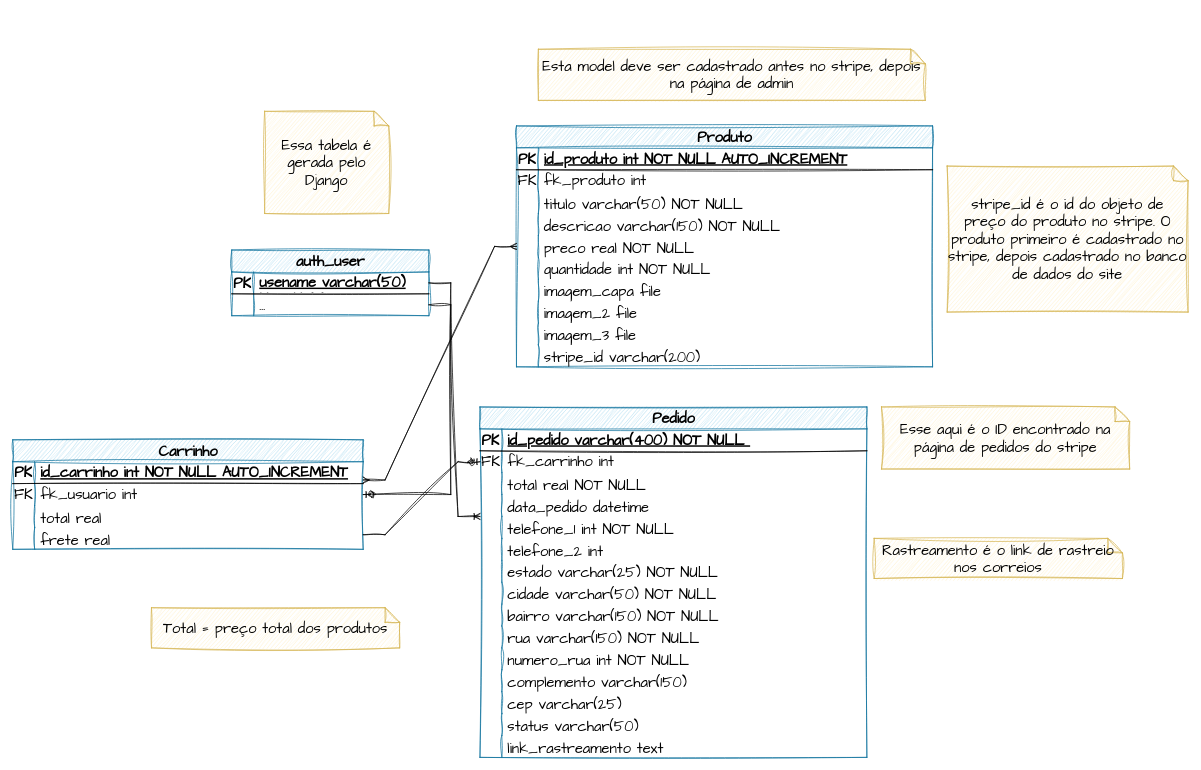
The draw.io diagram docs/DER.drawio in rafaelngoncalves5/classewatches, before the edit. Source tidied: cells renumbered, new cells numbered last; positions are measured from the earlier drawing's top-left corner, leaving out a move shared by most shapes. Both pictures are drawn from the tidied source at 73%, with x=0, y=0 at pixel (12, 49).
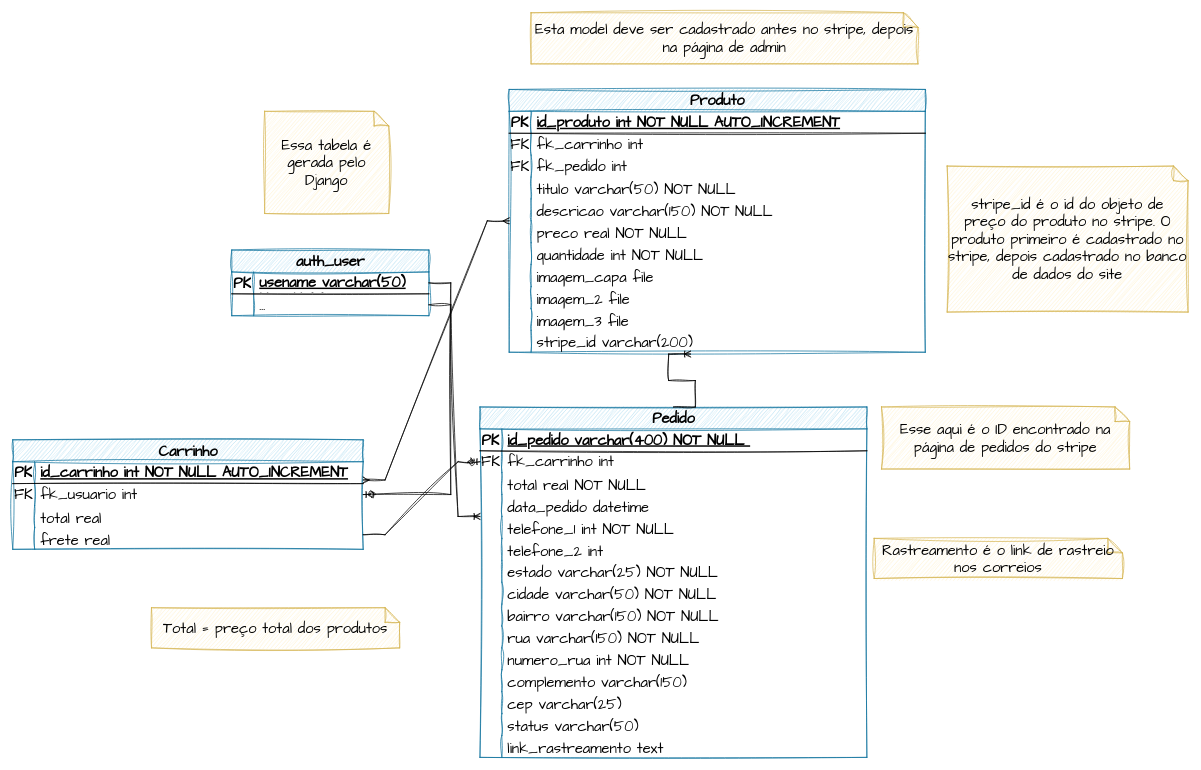
The same diagram, later.

Unchanged cells that the change refers to:
```xml
<mxCell id="6" style="shape=tableRow;horizontal=0;startSize=0;swimlaneHead=0;swimlaneBody=0;fillColor=none;top=0;left=0;right=0;bottom=0;sketch=1;hachureGap=4;jiggle=2;curveFitting=1;fontFamily=Architects Daughter;fontSize=20;" parent="2" vertex="1">
  <mxGeometry y="60" width="570" height="30" as="geometry" />
</mxCell>
<mxCell id="40" value="Pedido" style="shape=table;startSize=30;childLayout=tableLayout;rowLines=0;fontStyle=1;align=center;html=1;sketch=1;hachureGap=4;jiggle=2;curveFitting=1;fontFamily=Architects Daughter;fontSize=20;fillColor=#b1ddf0;strokeColor=#10739e;" parent="1" vertex="1">
  <mxGeometry x="640" y="490" width="530" height="480" as="geometry" />
</mxCell>
```

Diff of the diagram source:
```diff
@@
     <mxCell id="2" value="&lt;font color=&quot;#000000&quot;&gt;Produto&lt;/font&gt;" style="shape=table;startSize=30;childLayout=tableLayout;rowLines=0;fontStyle=1;align=center;html=1;sketch=1;hachureGap=4;jiggle=2;curveFitting=1;fontFamily=Architects Daughter;fontSize=20;fillColor=#b1ddf0;strokeColor=#10739e;" parent="1" vertex="1">
-      <mxGeometry x="690" y="105" width="570" height="330" as="geometry" />
+      <mxGeometry x="680" y="55" width="570" height="360" as="geometry" />
     </mxCell>
@@
-    <mxCell id="8" value="fk_produto int" style="shape=partialRectangle;fillColor=none;top=0;left=0;bottom=0;right=0;align=left;spacingLeft=6;fontStyle=0;overflow=hidden;whiteSpace=wrap;html=1;sketch=1;hachureGap=4;jiggle=2;curveFitting=1;fontFamily=Architects Daughter;fontSize=20;" parent="6" vertex="1">
+    <mxCell id="8" value="fk_carrinho int" style="shape=partialRectangle;fillColor=none;top=0;left=0;bottom=0;right=0;align=left;spacingLeft=6;fontStyle=0;overflow=hidden;whiteSpace=wrap;html=1;sketch=1;hachureGap=4;jiggle=2;curveFitting=1;fontFamily=Architects Daughter;fontSize=20;" parent="6" vertex="1">
       <mxGeometry x="30" width="540" height="30" as="geometry" />
     </mxCell>
+    <mxCell id="109" style="shape=tableRow;horizontal=0;startSize=0;swimlaneHead=0;swimlaneBody=0;fillColor=none;top=0;left=0;right=0;bottom=0;sketch=1;hachureGap=4;jiggle=2;curveFitting=1;fontFamily=Architects Daughter;fontSize=20;" parent="2" vertex="1">
+      <mxGeometry y="90" width="570" height="30" as="geometry" />
+    </mxCell>
+    <mxCell id="110" value="FK" style="shape=partialRectangle;fillColor=none;top=0;left=0;bottom=0;right=0;fontStyle=0;overflow=hidden;whiteSpace=wrap;html=1;sketch=1;hachureGap=4;jiggle=2;curveFitting=1;fontFamily=Architects Daughter;fontSize=20;" parent="109" vertex="1">
+      <mxGeometry width="30" height="30" as="geometry" />
+    </mxCell>
+    <mxCell id="111" value="fk_pedido int" style="shape=partialRectangle;fillColor=none;top=0;left=0;bottom=0;right=0;align=left;spacingLeft=6;fontStyle=0;overflow=hidden;whiteSpace=wrap;html=1;sketch=1;hachureGap=4;jiggle=2;curveFitting=1;fontFamily=Architects Daughter;fontSize=20;" parent="109" vertex="1">
+      <mxGeometry x="30" width="540" height="30" as="geometry" />
+    </mxCell>
     <mxCell id="9" style="shape=tableRow;horizontal=0;startSize=0;swimlaneHead=0;swimlaneBody=0;fillColor=none;top=0;left=0;right=0;bottom=0;sketch=1;hachureGap=4;jiggle=2;curveFitting=1;fontFamily=Architects Daughter;fontSize=20;" parent="2" vertex="1">
-      <mxGeometry y="90" width="570" height="30" as="geometry" />
+      <mxGeometry y="120" width="570" height="30" as="geometry" />
     </mxCell>
@@
     <mxCell id="12" style="shape=tableRow;horizontal=0;startSize=0;swimlaneHead=0;swimlaneBody=0;fillColor=none;top=0;left=0;right=0;bottom=0;sketch=1;hachureGap=4;jiggle=2;curveFitting=1;fontFamily=Architects Daughter;fontSize=20;" parent="2" vertex="1">
-      <mxGeometry y="120" width="570" height="30" as="geometry" />
+      <mxGeometry y="150" width="570" height="30" as="geometry" />
     </mxCell>
@@
     <mxCell id="15" style="shape=tableRow;horizontal=0;startSize=0;swimlaneHead=0;swimlaneBody=0;fillColor=none;top=0;left=0;right=0;bottom=0;sketch=1;hachureGap=4;jiggle=2;curveFitting=1;fontFamily=Architects Daughter;fontSize=20;" parent="2" vertex="1">
-      <mxGeometry y="150" width="570" height="30" as="geometry" />
+      <mxGeometry y="180" width="570" height="30" as="geometry" />
     </mxCell>
@@
     <mxCell id="18" style="shape=tableRow;horizontal=0;startSize=0;swimlaneHead=0;swimlaneBody=0;fillColor=none;top=0;left=0;right=0;bottom=0;sketch=1;hachureGap=4;jiggle=2;curveFitting=1;fontFamily=Architects Daughter;fontSize=20;" parent="2" vertex="1">
-      <mxGeometry y="180" width="570" height="30" as="geometry" />
+      <mxGeometry y="210" width="570" height="30" as="geometry" />
     </mxCell>
@@
     <mxCell id="21" style="shape=tableRow;horizontal=0;startSize=0;swimlaneHead=0;swimlaneBody=0;fillColor=none;top=0;left=0;right=0;bottom=0;sketch=1;hachureGap=4;jiggle=2;curveFitting=1;fontFamily=Architects Daughter;fontSize=20;" parent="2" vertex="1">
-      <mxGeometry y="210" width="570" height="30" as="geometry" />
+      <mxGeometry y="240" width="570" height="30" as="geometry" />
     </mxCell>
@@
     <mxCell id="24" style="shape=tableRow;horizontal=0;startSize=0;swimlaneHead=0;swimlaneBody=0;fillColor=none;top=0;left=0;right=0;bottom=0;sketch=1;hachureGap=4;jiggle=2;curveFitting=1;fontFamily=Architects Daughter;fontSize=20;" parent="2" vertex="1">
-      <mxGeometry y="240" width="570" height="30" as="geometry" />
+      <mxGeometry y="270" width="570" height="30" as="geometry" />
     </mxCell>
@@
     <mxCell id="27" style="shape=tableRow;horizontal=0;startSize=0;swimlaneHead=0;swimlaneBody=0;fillColor=none;top=0;left=0;right=0;bottom=0;sketch=1;hachureGap=4;jiggle=2;curveFitting=1;fontFamily=Architects Daughter;fontSize=20;" parent="2" vertex="1">
-      <mxGeometry y="270" width="570" height="30" as="geometry" />
+      <mxGeometry y="300" width="570" height="30" as="geometry" />
     </mxCell>
@@
     <mxCell id="30" style="shape=tableRow;horizontal=0;startSize=0;swimlaneHead=0;swimlaneBody=0;fillColor=none;points=[[0,0.5],[1,0.5]];portConstraint=eastwest;top=0;left=0;right=0;bottom=0;sketch=1;hachureGap=4;jiggle=2;curveFitting=1;fontFamily=Architects Daughter;fontSize=20;" parent="2" vertex="1">
-      <mxGeometry y="300" width="570" height="30" as="geometry" />
+      <mxGeometry y="330" width="570" height="30" as="geometry" />
     </mxCell>
@@
     <mxCell id="107" value="Esta model deve ser cadastrado antes no stripe, depois na página de admin" style="shape=note;size=20;whiteSpace=wrap;html=1;sketch=1;hachureGap=4;jiggle=2;curveFitting=1;fontFamily=Architects Daughter;fontSize=20;fillColor=#fff2cc;strokeColor=#d6b656;" parent="1" vertex="1">
-      <mxGeometry x="720" width="530" height="70" as="geometry" />
+      <mxGeometry x="710" y="-50" width="530" height="70" as="geometry" />
     </mxCell>
@@
+    <mxCell id="112" style="edgeStyle=entityRelationEdgeStyle;fontSize=12;html=1;endArrow=ERoneToMany;rounded=0;sketch=1;hachureGap=4;jiggle=2;curveFitting=1;fontFamily=Architects Daughter;entryX=0.436;entryY=1.084;entryDx=0;entryDy=0;entryPerimeter=0;exitX=0.5;exitY=0;exitDx=0;exitDy=0;" parent="1" edge="1" source="40" target="30">
+      <mxGeometry relative="1" as="geometry" />
+    </mxCell>
```
